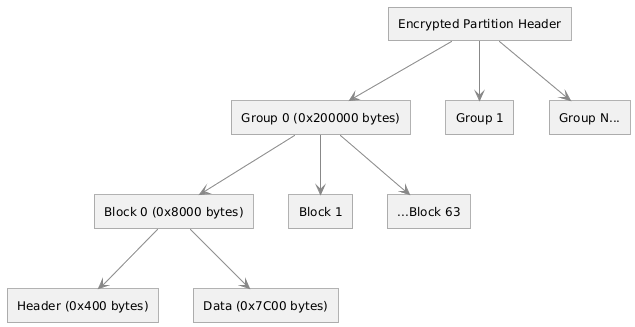
This is docs/assets/data_encryption.png from Demorck/wiithon, a PlantUML export, as it was before one commit. The source it was exported from:
```plantuml
@startuml
skinparam ArrowColor #888888
skinparam roundCorner 0
skinparam DefaultFontColor white
skinparam DefaultFontSize 12

skinparam rectangle {
    BorderColor #666666
    FontColor black
}


rectangle "Encrypted Partition Header" as EPH
rectangle "Group 0 (0x200000 bytes)" as G0
rectangle "Group 1" as G1
rectangle "Group N..." as GN


rectangle "Block 0 (0x8000 bytes)" as B0
rectangle "Block 1" as B1
rectangle "...Block 63" as B63


rectangle "Header (0x400 bytes)" as head
rectangle "Data (0x7C00 bytes)" as data

EPH --> G0
EPH --> G1
EPH --> GN

G0 --> B0
G0 --> B1
G0 --> B63

B0 --> head
B0 --> data
@enduml
```
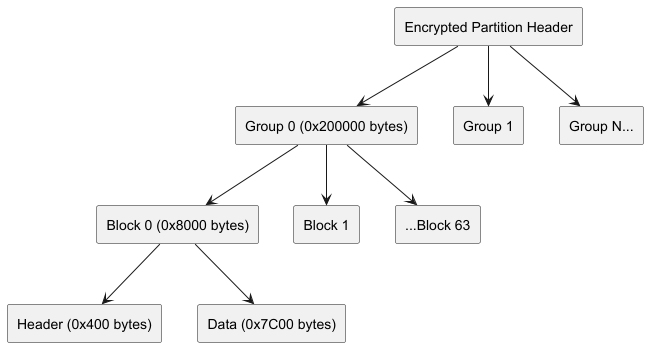
Above is the later version.

What changed in the source:
```diff
@@ -1,37 +1,26 @@
 @startuml
-skinparam ArrowColor #888888
-skinparam roundCorner 0
-skinparam DefaultFontColor white
-skinparam DefaultFontSize 12
+rectangle "Encrypted Partition Header" as enc_header
 
-skinparam rectangle {
-    BorderColor #666666
-    FontColor black
-}
-
-
-rectangle "Encrypted Partition Header" as EPH
 rectangle "Group 0 (0x200000 bytes)" as G0
 rectangle "Group 1" as G1
 rectangle "Group N..." as GN
-
 
 rectangle "Block 0 (0x8000 bytes)" as B0
 rectangle "Block 1" as B1
 rectangle "...Block 63" as B63
 
+rectangle "Header (0x400 bytes)" as H_Sub
+rectangle "Data (0x7C00 bytes)" as D_Sub
 
-rectangle "Header (0x400 bytes)" as head
-rectangle "Data (0x7C00 bytes)" as data
-
-EPH --> G0
-EPH --> G1
-EPH --> GN
+enc_header --> G0
+enc_header --> G1
+enc_header --> GN
 
 G0 --> B0
 G0 --> B1
 G0 --> B63
 
-B0 --> head
-B0 --> data
+B0 --> H_Sub
+B0 --> D_Sub
+
 @enduml
```
